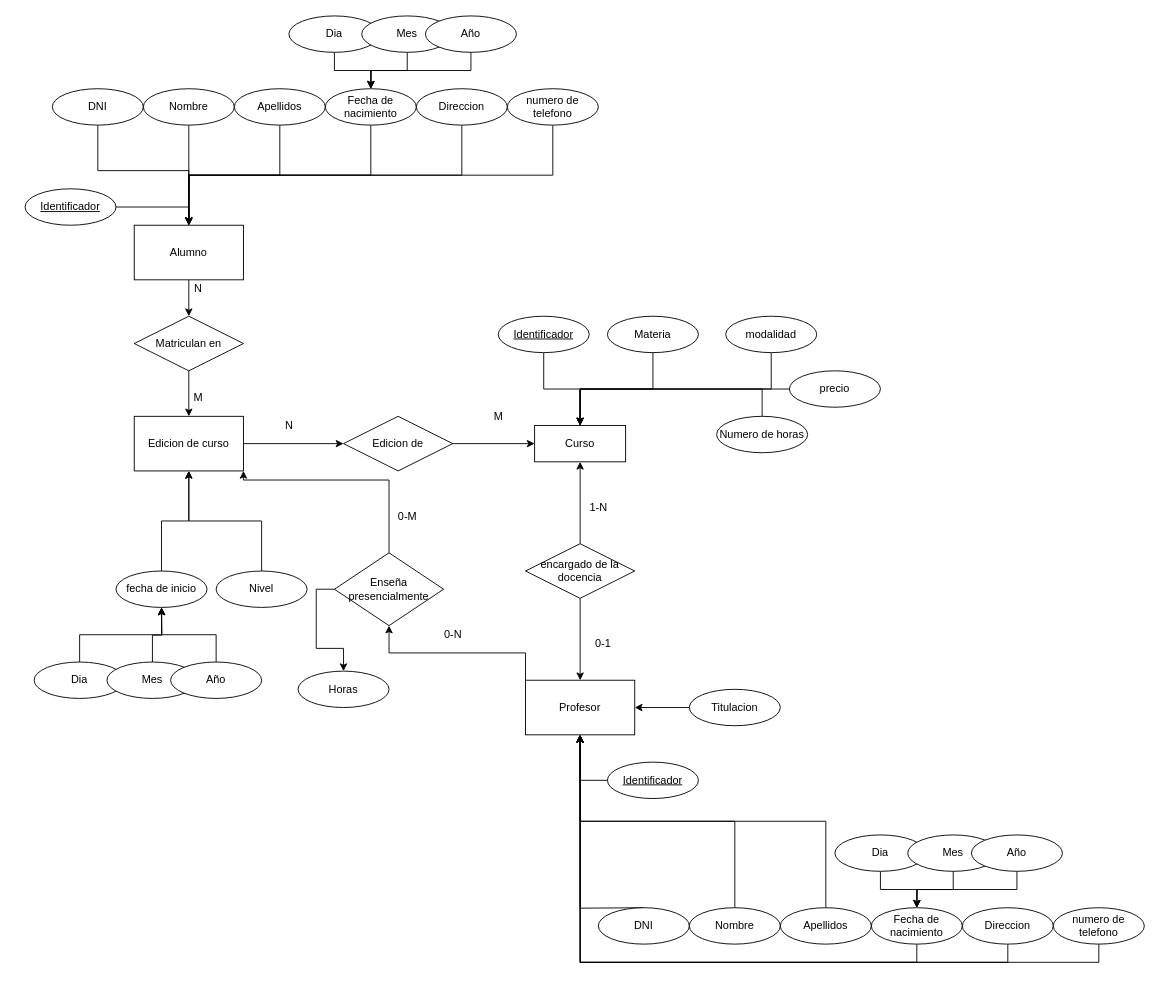
Earlier version of the draw.io diagram basesdedatos1.drawio (vnavacar/warm-up). Source tidied: cells renumbered, new cells numbered last; positions are measured from the earlier drawing's top-left corner, leaving out a move shared by most shapes. Both pictures are drawn from the tidied source at 91%, with x=0, y=0 at pixel (25, 15).
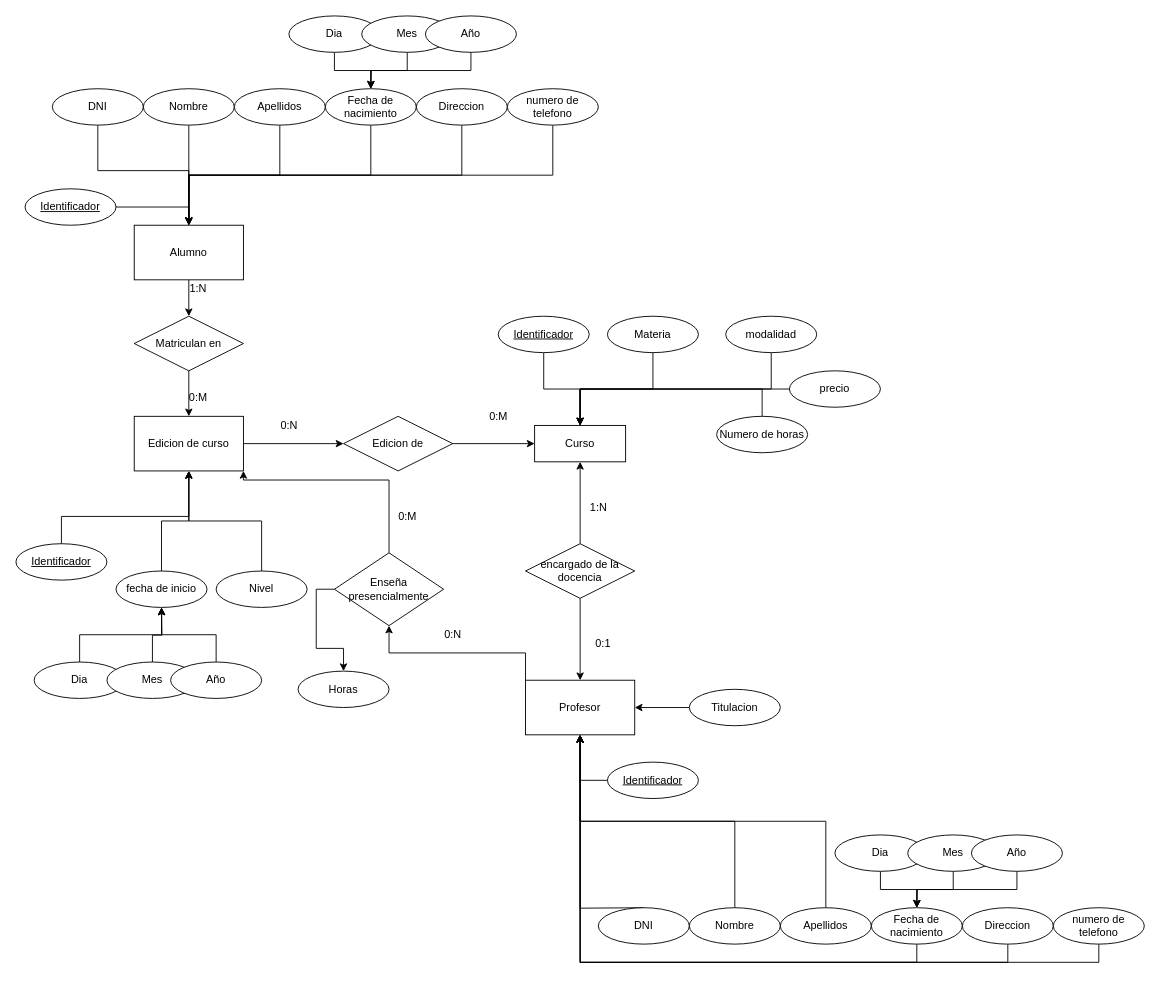
After the change.

The change refers to these unchanged cells:
```xml
<mxCell id="22" value="Edicion de curso" style="whiteSpace=wrap;html=1;align=center;" parent="1" vertex="1">
  <mxGeometry x="120" y="440" width="120" height="60" as="geometry" />
</mxCell>
```

What changed in the source:
```diff
@@
-    <mxCell id="25" value="N" style="text;html=1;align=center;verticalAlign=middle;strokeColor=none;fillColor=none;" parent="1" vertex="1">
-      <mxGeometry x="180" y="290" width="20" height="20" as="geometry" />
+    <mxCell id="25" value="1:N" style="text;html=1;align=center;verticalAlign=middle;strokeColor=none;fillColor=none;" parent="1" vertex="1">
+      <mxGeometry x="175" y="290" width="30" height="20" as="geometry" />
     </mxCell>
-    <mxCell id="26" value="M" style="text;html=1;align=center;verticalAlign=middle;strokeColor=none;fillColor=none;" parent="1" vertex="1">
-      <mxGeometry x="175" y="410" width="30" height="20" as="geometry" />
+    <mxCell id="26" value="0:M" style="text;html=1;align=center;verticalAlign=middle;strokeColor=none;fillColor=none;" parent="1" vertex="1">
+      <mxGeometry x="170" y="410" width="40" height="20" as="geometry" />
     </mxCell>
@@
-    <mxCell id="39" value="N" style="text;html=1;align=center;verticalAlign=middle;strokeColor=none;fillColor=none;" parent="1" vertex="1">
-      <mxGeometry x="280" y="440" width="20" height="20" as="geometry" />
+    <mxCell id="39" value="0:N" style="text;html=1;align=center;verticalAlign=middle;strokeColor=none;fillColor=none;" parent="1" vertex="1">
+      <mxGeometry x="275" y="440" width="30" height="20" as="geometry" />
     </mxCell>
-    <mxCell id="40" value="M" style="text;html=1;align=center;verticalAlign=middle;strokeColor=none;fillColor=none;" parent="1" vertex="1">
-      <mxGeometry x="505" y="430" width="30" height="20" as="geometry" />
+    <mxCell id="40" value="0:M" style="text;html=1;align=center;verticalAlign=middle;strokeColor=none;fillColor=none;" parent="1" vertex="1">
+      <mxGeometry x="500" y="430" width="40" height="20" as="geometry" />
     </mxCell>
@@
-    <mxCell id="55" value="1-N" style="text;html=1;align=center;verticalAlign=middle;strokeColor=none;fillColor=none;" parent="1" vertex="1">
-      <mxGeometry x="610" y="530" width="40" height="20" as="geometry" />
+    <mxCell id="55" value="1:N" style="text;html=1;align=center;verticalAlign=middle;strokeColor=none;fillColor=none;" parent="1" vertex="1">
+      <mxGeometry x="615" y="530" width="30" height="20" as="geometry" />
     </mxCell>
-    <mxCell id="56" value="0-1" style="text;html=1;align=center;verticalAlign=middle;strokeColor=none;fillColor=none;" parent="1" vertex="1">
+    <mxCell id="56" value="0:1" style="text;html=1;align=center;verticalAlign=middle;strokeColor=none;fillColor=none;" parent="1" vertex="1">
       <mxGeometry x="620" y="680" width="30" height="20" as="geometry" />
     </mxCell>
@@
-    <mxCell id="81" value="0-N" style="text;html=1;align=center;verticalAlign=middle;strokeColor=none;fillColor=none;" parent="1" vertex="1">
-      <mxGeometry x="450" y="670" width="40" height="20" as="geometry" />
+    <mxCell id="81" value="0:N" style="text;html=1;align=center;verticalAlign=middle;strokeColor=none;fillColor=none;" parent="1" vertex="1">
+      <mxGeometry x="455" y="670" width="30" height="20" as="geometry" />
     </mxCell>
-    <mxCell id="82" value="0-M" style="text;html=1;align=center;verticalAlign=middle;strokeColor=none;fillColor=none;" parent="1" vertex="1">
+    <mxCell id="82" value="0:M" style="text;html=1;align=center;verticalAlign=middle;strokeColor=none;fillColor=none;" parent="1" vertex="1">
       <mxGeometry x="400" y="540" width="40" height="20" as="geometry" />
     </mxCell>
@@
+    <mxCell id="90" style="edgeStyle=orthogonalEdgeStyle;rounded=0;jettySize=auto;html=1;exitX=0.5;exitY=0;exitDx=0;exitDy=0;entryX=0.5;entryY=1;entryDx=0;entryDy=0;" parent="1" edge="1" source="91" target="22">
+      <mxGeometry relative="1" as="geometry">
+        <Array as="points">
+          <mxPoint x="40" y="550" />
+          <mxPoint x="180" y="550" />
+        </Array>
+      </mxGeometry>
+    </mxCell>
+    <mxCell id="91" value="Identificador" style="ellipse;whiteSpace=wrap;html=1;align=center;fontStyle=4;" parent="1" vertex="1">
+      <mxGeometry x="-10" y="580" width="100" height="40" as="geometry" />
+    </mxCell>
```
